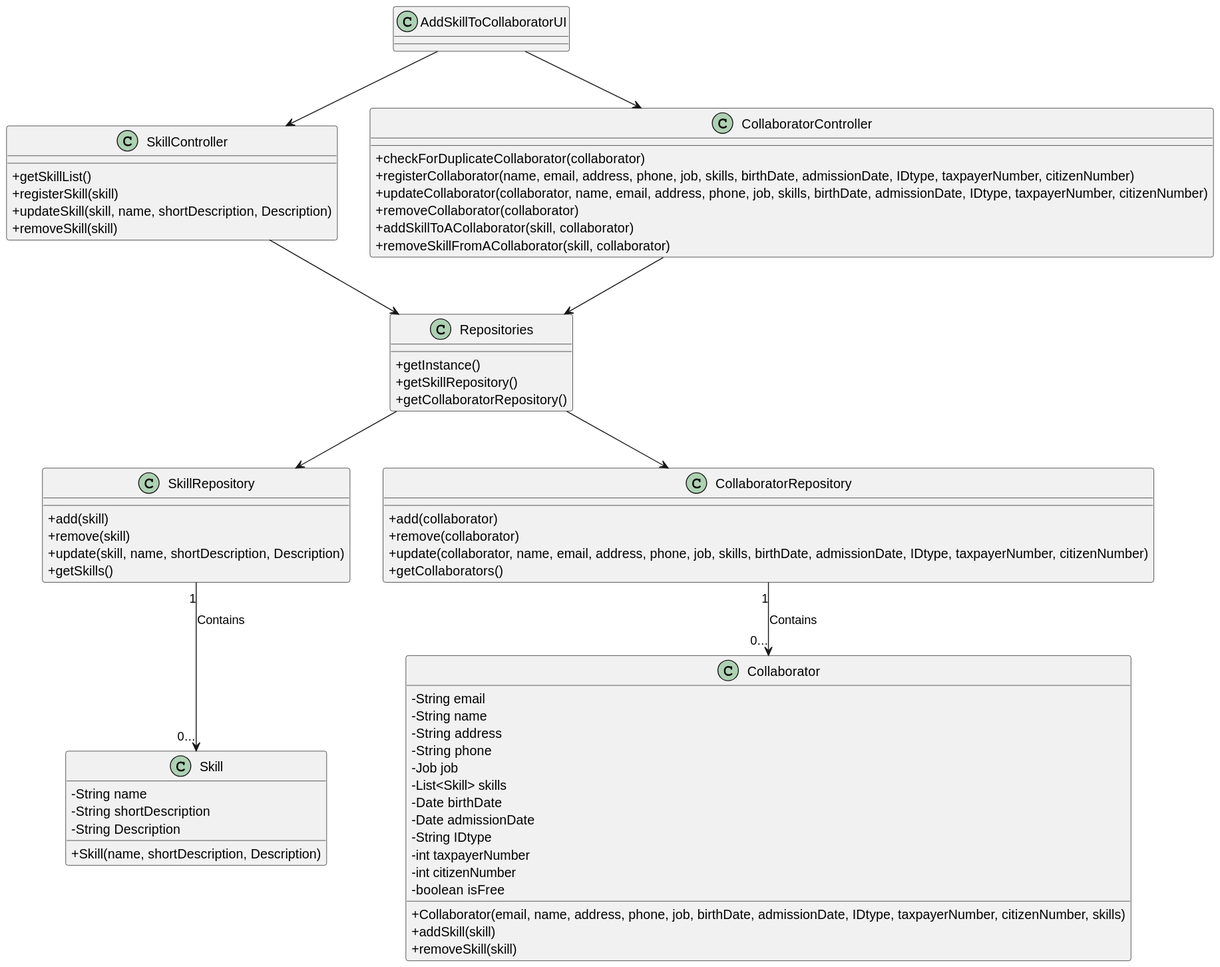
Before: docs/sprintC/us020/03.design/svg/us004-class-diagram.svg, a diagram exported from PlantUML (RicardoMorim/lapr2-ISEP-Project). The source it was exported from:
```plantuml
@startuml
skinparam packageStyle rectangle
skinparam shadowing false
skinparam linetype polyline

skinparam classAttributeIconSize 0


class Skill {
    - String name
    - String shortDescription
    - String Description

    + Skill(name, shortDescription, Description)
}

class SkillController {
    + getSkillList()
    + registerSkill(skill)
    + updateSkill(skill, name, shortDescription, Description)
    + removeSkill(skill)
}

class Collaborator {
    - String email
    - String name
    - String address
    - String phone
    - Job job
    - List<Skill> skills
    - Date birthDate
    - Date admissionDate
    - String IDtype
    - int taxpayerNumber
    - int citizenNumber
    - boolean isFree

    + Collaborator(email, name, address, phone, job, birthDate, admissionDate, IDtype, taxpayerNumber, citizenNumber, skills)
    + addSkill(skill)
    + removeSkill(skill)
}

class CollaboratorController {
    + checkForDuplicateCollaborator(collaborator)
    + registerCollaborator(name, email, address, phone, job, skills, birthDate, admissionDate, IDtype, taxpayerNumber, citizenNumber)
    + updateCollaborator(collaborator, name, email, address, phone, job, skills, birthDate, admissionDate, IDtype, taxpayerNumber, citizenNumber)
    + removeCollaborator(collaborator)
    + addSkillToACollaborator(skill, collaborator)
    + removeSkillFromACollaborator(skill, collaborator)
}

class AddSkillToCollaboratorUI {
}

class SkillRepository {
    + add(skill)
    + remove(skill)
    + update(skill, name, shortDescription, Description)
    + getSkills()
}

class CollaboratorRepository {
    + add(collaborator)
    + remove(collaborator)
    + update(collaborator, name, email, address, phone, job, skills, birthDate, admissionDate, IDtype, taxpayerNumber, citizenNumber)
    + getCollaborators()
}

class Repositories {
    + getInstance()
    + getSkillRepository()
    + getCollaboratorRepository()
}

AddSkillToCollaboratorUI --> SkillController
AddSkillToCollaboratorUI --> CollaboratorController
SkillController --> Repositories
CollaboratorController --> Repositories
Repositories --> SkillRepository
Repositories --> CollaboratorRepository
CollaboratorRepository "1" --> "0..." Collaborator : Contains
SkillRepository "1" --> "0..." Skill : Contains
@enduml
```
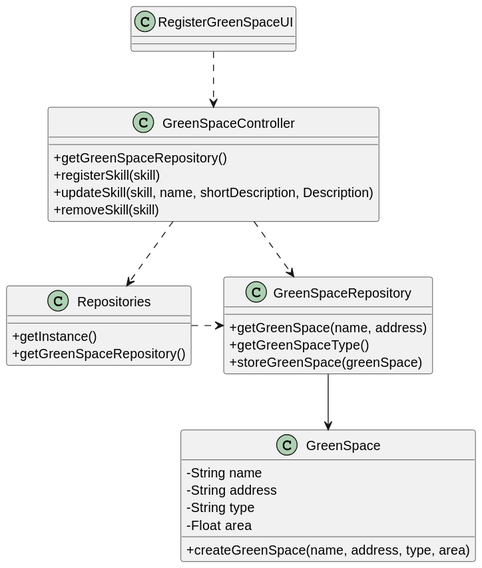
Later version of the same file.

What changed in the source:
```diff
@@ -6,78 +6,38 @@
 skinparam classAttributeIconSize 0
 
 
-class Skill {
-    - String name
-    - String shortDescription
-    - String Description
-
-    + Skill(name, shortDescription, Description)
+class RegisterGreenSpaceUI {
 }
 
-class SkillController {
-    + getSkillList()
+class GreenSpaceController {
+    + getGreenSpaceRepository()
     + registerSkill(skill)
     + updateSkill(skill, name, shortDescription, Description)
     + removeSkill(skill)
 }
 
-class Collaborator {
-    - String email
+
+
+class GreenSpaceRepository {
+    + getGreenSpace(name, address)
+    + getGreenSpaceType()
+    + storeGreenSpace(greenSpace)
+}
+class GreenSpace {
     - String name
     - String address
-    - String phone
-    - Job job
-    - List<Skill> skills
-    - Date birthDate
-    - Date admissionDate
-    - String IDtype
-    - int taxpayerNumber
-    - int citizenNumber
-    - boolean isFree
+    - String type
+    - Float area
 
-    + Collaborator(email, name, address, phone, job, birthDate, admissionDate, IDtype, taxpayerNumber, citizenNumber, skills)
-    + addSkill(skill)
-    + removeSkill(skill)
+    + createGreenSpace(name, address, type, area)
 }
-
-class CollaboratorController {
-    + checkForDuplicateCollaborator(collaborator)
-    + registerCollaborator(name, email, address, phone, job, skills, birthDate, admissionDate, IDtype, taxpayerNumber, citizenNumber)
-    + updateCollaborator(collaborator, name, email, address, phone, job, skills, birthDate, admissionDate, IDtype, taxpayerNumber, citizenNumber)
-    + removeCollaborator(collaborator)
-    + addSkillToACollaborator(skill, collaborator)
-    + removeSkillFromACollaborator(skill, collaborator)
-}
-
-class AddSkillToCollaboratorUI {
-}
-
-class SkillRepository {
-    + add(skill)
-    + remove(skill)
-    + update(skill, name, shortDescription, Description)
-    + getSkills()
-}
-
-class CollaboratorRepository {
-    + add(collaborator)
-    + remove(collaborator)
-    + update(collaborator, name, email, address, phone, job, skills, birthDate, admissionDate, IDtype, taxpayerNumber, citizenNumber)
-    + getCollaborators()
-}
-
 class Repositories {
     + getInstance()
-    + getSkillRepository()
-    + getCollaboratorRepository()
+    + getGreenSpaceRepository()
 }
-
-AddSkillToCollaboratorUI --> SkillController
-AddSkillToCollaboratorUI --> CollaboratorController
-SkillController --> Repositories
-CollaboratorController --> Repositories
-Repositories --> SkillRepository
-Repositories --> CollaboratorRepository
-CollaboratorRepository "1" --> "0..." Collaborator : Contains
-SkillRepository "1" --> "0..." Skill : Contains
+RegisterGreenSpaceUI ..> GreenSpaceController
+GreenSpaceController ..> GreenSpaceRepository
+GreenSpaceController .> Repositories
+Repositories .> GreenSpaceRepository
+GreenSpaceRepository --> GreenSpace
 @enduml
```
